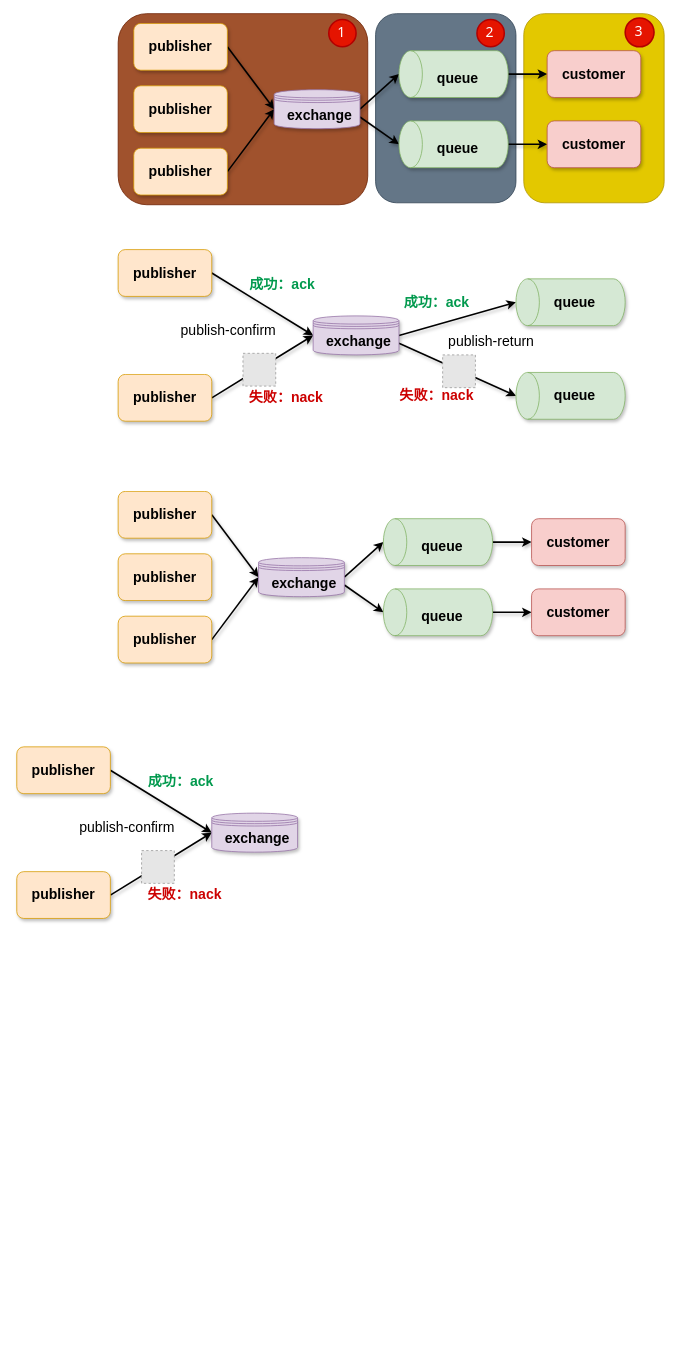
Earlier version of the draw.io diagram RabbitMQ.drawio (C-wx/MindManager). Source tidied: cells renumbered, new cells numbered last; positions are measured from the earlier drawing's top-left corner, leaving out a move shared by most shapes. Both pictures are drawn from the tidied source at 78%, with x=0, y=0 at pixel (16, 13). Pictures stored in the file or linked from it are replaced by grey dashed boxes.
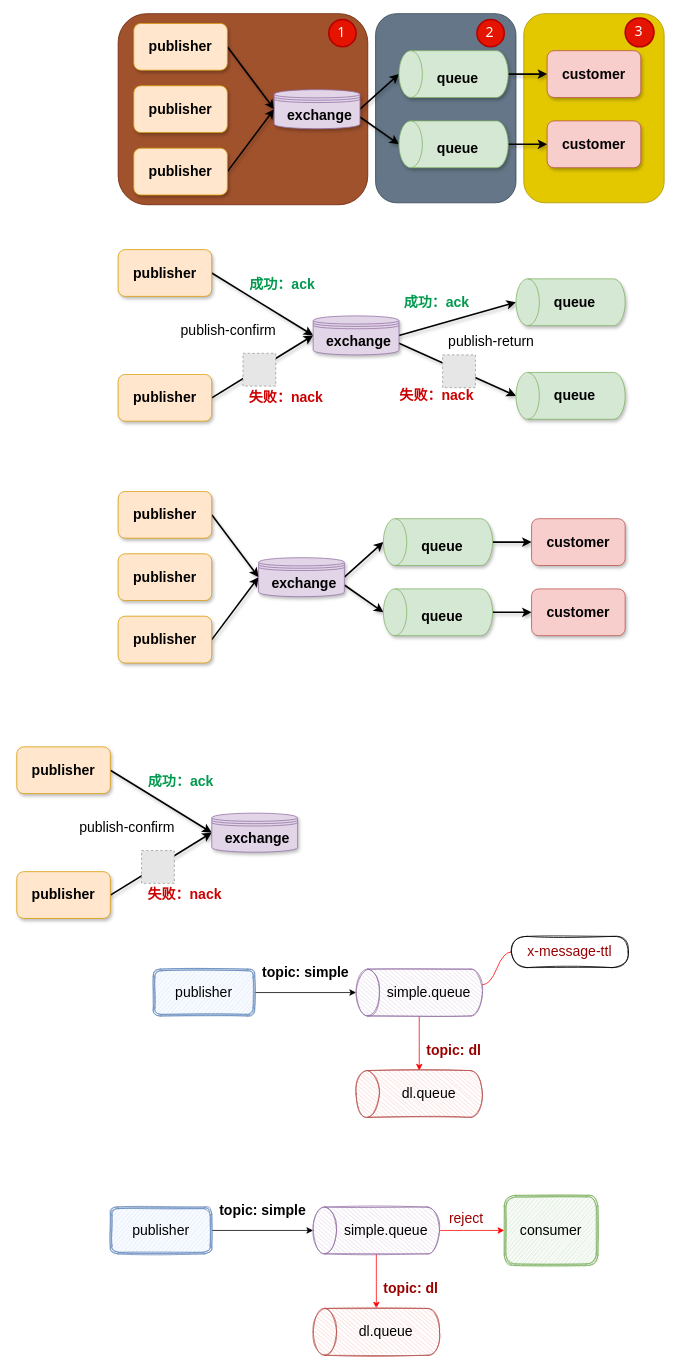
The same diagram, later.

Change to the diagram source:
```diff
@@
+    <mxCell id="72" style="edgeStyle=orthogonalEdgeStyle;rounded=0;jettySize=auto;html=1;exitX=1;exitY=0.5;exitDx=0;exitDy=0;entryX=0.5;entryY=0;entryDx=0;entryDy=0;entryPerimeter=0;" parent="1" edge="1" source="73" target="76">
+      <mxGeometry relative="1" as="geometry" />
+    </mxCell>
+    <mxCell id="73" value="publisher" style="shape=ext;double=1;rounded=1;whiteSpace=wrap;html=1;sketch=1;shadow=0;fontSize=18;fillColor=#dae8fc;strokeColor=#6c8ebf;" parent="1" vertex="1">
+      <mxGeometry x="120" y="1530" width="130" height="60" as="geometry" />
+    </mxCell>
+    <mxCell id="74" style="edgeStyle=orthogonalEdgeStyle;jettySize=auto;html=1;exitX=0.5;exitY=1;exitDx=0;exitDy=0;exitPerimeter=0;fontSize=18;strokeColor=#FF0000;curved=1;" parent="1" edge="1" source="76" target="78">
+      <mxGeometry relative="1" as="geometry" />
+    </mxCell>
+    <mxCell id="75" style="edgeStyle=orthogonalEdgeStyle;curved=1;jettySize=auto;html=1;exitX=0;exitY=0.5;exitDx=0;exitDy=0;exitPerimeter=0;fontSize=18;fontColor=#990000;strokeColor=#FF0000;entryX=1;entryY=0.5;entryDx=0;entryDy=0;entryPerimeter=0;" parent="1" edge="1" source="76" target="80">
+      <mxGeometry relative="1" as="geometry" />
+    </mxCell>
+    <mxCell id="76" value="simple.queue" style="shape=cylinder3;whiteSpace=wrap;html=1;boundedLbl=1;backgroundOutline=1;size=15;shadow=0;sketch=1;direction=north;fontSize=18;fillColor=#e1d5e7;strokeColor=#9673a6;" parent="1" vertex="1">
+      <mxGeometry x="380" y="1530" width="162" height="60" as="geometry" />
+    </mxCell>
+    <mxCell id="77" value="topic: simple" style="text;html=1;align=center;verticalAlign=middle;strokeColor=none;fillColor=none;fontStyle=1;fontSize=18;" parent="1" vertex="1">
+      <mxGeometry x="250" y="1520" width="130" height="30" as="geometry" />
+    </mxCell>
+    <mxCell id="78" value="consumer" style="shape=ext;double=1;rounded=1;whiteSpace=wrap;html=1;shadow=0;sketch=1;fontSize=18;fillColor=#d5e8d4;strokeColor=#82b366;" parent="1" vertex="1">
+      <mxGeometry x="625" y="1515" width="120" height="90" as="geometry" />
+    </mxCell>
+    <mxCell id="79" value="reject" style="text;html=1;align=center;verticalAlign=middle;strokeColor=none;fillColor=none;fontSize=18;fontColor=#990000;" parent="1" vertex="1">
+      <mxGeometry x="546" y="1530" width="60" height="30" as="geometry" />
+    </mxCell>
+    <mxCell id="80" value="dl.queue" style="shape=cylinder3;whiteSpace=wrap;html=1;boundedLbl=1;backgroundOutline=1;size=15;shadow=0;sketch=1;direction=north;fontSize=18;fillColor=#f8cecc;strokeColor=#b85450;" parent="1" vertex="1">
+      <mxGeometry x="380" y="1660" width="162" height="60" as="geometry" />
+    </mxCell>
+    <mxCell id="81" value="topic: dl" style="text;html=1;align=center;verticalAlign=middle;strokeColor=none;fillColor=none;fontStyle=1;fontSize=18;fontColor=#990000;" parent="1" vertex="1">
+      <mxGeometry x="460" y="1620" width="90" height="30" as="geometry" />
+    </mxCell>
+    <mxCell id="82" style="edgeStyle=orthogonalEdgeStyle;rounded=0;jettySize=auto;html=1;exitX=1;exitY=0.5;exitDx=0;exitDy=0;entryX=0.5;entryY=0;entryDx=0;entryDy=0;entryPerimeter=0;" parent="1" edge="1" source="83" target="85">
+      <mxGeometry relative="1" as="geometry" />
+    </mxCell>
+    <mxCell id="83" value="publisher" style="shape=ext;double=1;rounded=1;whiteSpace=wrap;html=1;sketch=1;shadow=0;fontSize=18;fillColor=#dae8fc;strokeColor=#6c8ebf;" parent="1" vertex="1">
+      <mxGeometry x="175" y="1225" width="130" height="60" as="geometry" />
+    </mxCell>
+    <mxCell id="84" style="edgeStyle=orthogonalEdgeStyle;curved=1;jettySize=auto;html=1;exitX=0;exitY=0.5;exitDx=0;exitDy=0;exitPerimeter=0;fontSize=18;fontColor=#990000;strokeColor=#FF0000;entryX=1;entryY=0.5;entryDx=0;entryDy=0;entryPerimeter=0;" parent="1" edge="1" source="85" target="87">
+      <mxGeometry relative="1" as="geometry" />
+    </mxCell>
+    <mxCell id="85" value="simple.queue" style="shape=cylinder3;whiteSpace=wrap;html=1;boundedLbl=1;backgroundOutline=1;size=15;shadow=0;sketch=1;direction=north;fontSize=18;fillColor=#e1d5e7;strokeColor=#9673a6;" parent="1" vertex="1">
+      <mxGeometry x="435" y="1225" width="162" height="60" as="geometry" />
+    </mxCell>
+    <mxCell id="86" value="topic: simple" style="text;html=1;align=center;verticalAlign=middle;strokeColor=none;fillColor=none;fontStyle=1;fontSize=18;" parent="1" vertex="1">
+      <mxGeometry x="305" y="1215" width="130" height="30" as="geometry" />
+    </mxCell>
+    <mxCell id="87" value="dl.queue" style="shape=cylinder3;whiteSpace=wrap;html=1;boundedLbl=1;backgroundOutline=1;size=15;shadow=0;sketch=1;direction=north;fontSize=18;fillColor=#f8cecc;strokeColor=#b85450;" parent="1" vertex="1">
+      <mxGeometry x="435" y="1355" width="162" height="60" as="geometry" />
+    </mxCell>
+    <mxCell id="88" value="topic: dl" style="text;html=1;align=center;verticalAlign=middle;strokeColor=none;fillColor=none;fontStyle=1;fontSize=18;fontColor=#990000;" parent="1" vertex="1">
+      <mxGeometry x="515" y="1315" width="90" height="30" as="geometry" />
+    </mxCell>
+    <mxCell id="89" value="x-message-ttl" style="whiteSpace=wrap;html=1;rounded=1;arcSize=50;align=center;verticalAlign=middle;strokeWidth=1;spacing=4;newEdgeStyle={&quot;edgeStyle&quot;:&quot;entityRelationEdgeStyle&quot;,&quot;startArrow&quot;:&quot;none&quot;,&quot;endArrow&quot;:&quot;none&quot;,&quot;segment&quot;:10,&quot;curved&quot;:1};shadow=0;sketch=1;fontSize=18;fontColor=#990000;" parent="1" vertex="1">
+      <mxGeometry x="634" y="1183" width="150" height="40" as="geometry" />
+    </mxCell>
+    <mxCell id="90" style="edgeStyle=entityRelationEdgeStyle;startArrow=none;endArrow=none;segment=10;curved=1;fontSize=18;fontColor=#990000;strokeColor=#FF0000;" parent="1" edge="1" target="89">
+      <mxGeometry relative="1" as="geometry">
+        <mxPoint x="597" y="1245" as="sourcePoint" />
+      </mxGeometry>
+    </mxCell>
```
